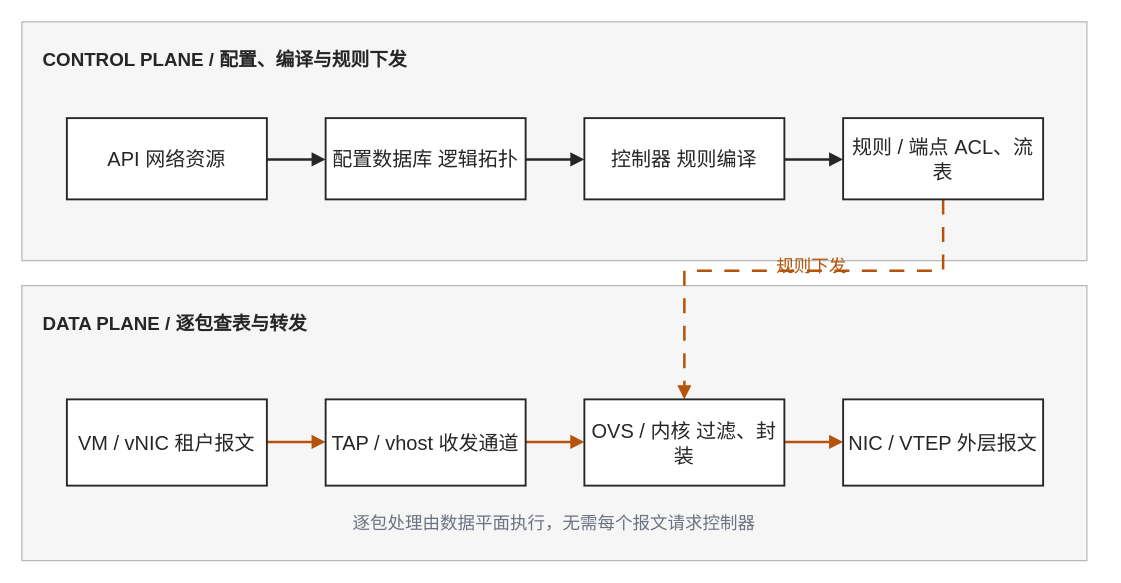
This is diagrams/control-data-plane.drawio from cafebeef1/cafebeef1.github.io, a draw.io file, before an edit. Source tidied: cells renumbered, new cells numbered last; positions are measured from the earlier drawing's top-left corner, leaving out a move shared by most shapes. Both pictures are drawn from the tidied source at 125%, with x=0, y=0 at pixel (21, 21).
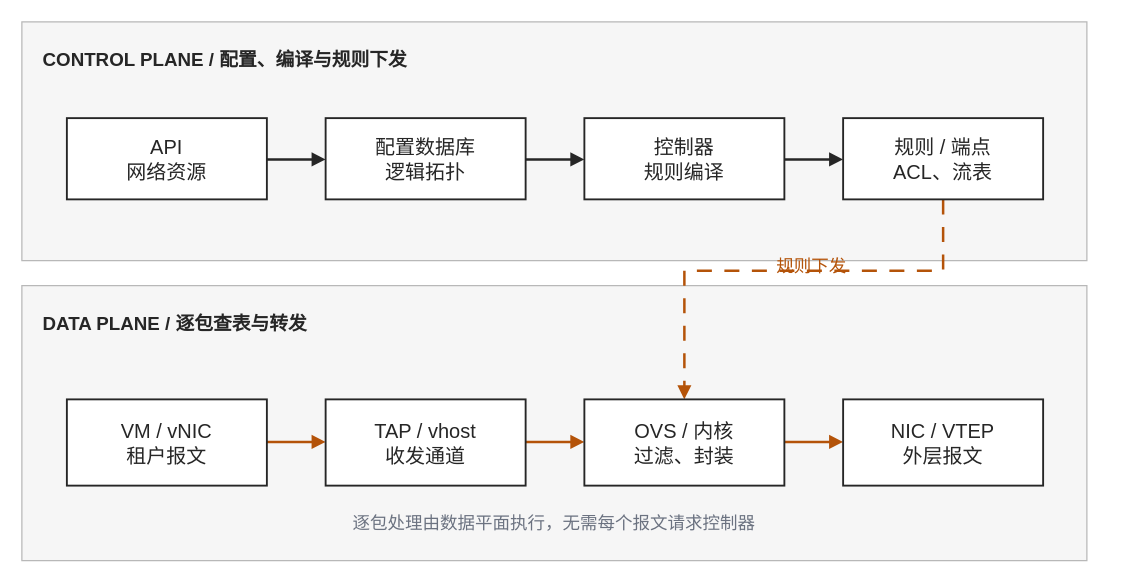
After the change.

Change to the diagram source:
```diff
@@
-    <mxCell id="11" value="API 网络资源" style="rounded=0;whiteSpace=wrap;html=0;fillColor=#fff;strokeColor=#262626;strokeWidth=1.5;fontSize=16;fontColor=#262626;align=center;verticalAlign=middle;spacing=5;" parent="1" vertex="1">
+    <mxCell id="11" value="API&#10;网络资源" style="rounded=0;whiteSpace=wrap;html=0;fillColor=#fff;strokeColor=#262626;strokeWidth=1.5;fontSize=16;fontColor=#262626;align=center;verticalAlign=middle;spacing=5;" parent="1" vertex="1">
       <mxGeometry x="36" y="77" width="160" height="65" as="geometry" />
     </mxCell>
-    <mxCell id="12" value="配置数据库 逻辑拓扑" style="rounded=0;whiteSpace=wrap;html=0;fillColor=#fff;strokeColor=#262626;strokeWidth=1.5;fontSize=16;fontColor=#262626;align=center;verticalAlign=middle;spacing=5;" parent="1" vertex="1">
+    <mxCell id="12" value="配置数据库&#10;逻辑拓扑" style="rounded=0;whiteSpace=wrap;html=0;fillColor=#fff;strokeColor=#262626;strokeWidth=1.5;fontSize=16;fontColor=#262626;align=center;verticalAlign=middle;spacing=5;" parent="1" vertex="1">
       <mxGeometry x="243" y="77" width="160" height="65" as="geometry" />
     </mxCell>
-    <mxCell id="13" value="控制器 规则编译" style="rounded=0;whiteSpace=wrap;html=0;fillColor=#fff;strokeColor=#262626;strokeWidth=1.5;fontSize=16;fontColor=#262626;align=center;verticalAlign=middle;spacing=5;" parent="1" vertex="1">
+    <mxCell id="13" value="控制器&#10;规则编译" style="rounded=0;whiteSpace=wrap;html=0;fillColor=#fff;strokeColor=#262626;strokeWidth=1.5;fontSize=16;fontColor=#262626;align=center;verticalAlign=middle;spacing=5;" parent="1" vertex="1">
       <mxGeometry x="450" y="77" width="160" height="65" as="geometry" />
     </mxCell>
-    <mxCell id="14" value="规则 / 端点 ACL、流表" style="rounded=0;whiteSpace=wrap;html=0;fillColor=#fff;strokeColor=#262626;strokeWidth=1.5;fontSize=16;fontColor=#262626;align=center;verticalAlign=middle;spacing=5;" parent="1" vertex="1">
+    <mxCell id="14" value="规则 / 端点&#10;ACL、流表" style="rounded=0;whiteSpace=wrap;html=0;fillColor=#fff;strokeColor=#262626;strokeWidth=1.5;fontSize=16;fontColor=#262626;align=center;verticalAlign=middle;spacing=5;" parent="1" vertex="1">
       <mxGeometry x="657" y="77" width="160" height="65" as="geometry" />
     </mxCell>
-    <mxCell id="15" value="VM / vNIC 租户报文" style="rounded=0;whiteSpace=wrap;html=0;fillColor=#fff;strokeColor=#262626;strokeWidth=1.5;fontSize=16;fontColor=#262626;align=center;verticalAlign=middle;spacing=5;" parent="1" vertex="1">
+    <mxCell id="15" value="VM / vNIC&#10;租户报文" style="rounded=0;whiteSpace=wrap;html=0;fillColor=#fff;strokeColor=#262626;strokeWidth=1.5;fontSize=16;fontColor=#262626;align=center;verticalAlign=middle;spacing=5;" parent="1" vertex="1">
       <mxGeometry x="36" y="302" width="160" height="69" as="geometry" />
     </mxCell>
-    <mxCell id="16" value="TAP / vhost 收发通道" style="rounded=0;whiteSpace=wrap;html=0;fillColor=#fff;strokeColor=#262626;strokeWidth=1.5;fontSize=16;fontColor=#262626;align=center;verticalAlign=middle;spacing=5;" parent="1" vertex="1">
+    <mxCell id="16" value="TAP / vhost&#10;收发通道" style="rounded=0;whiteSpace=wrap;html=0;fillColor=#fff;strokeColor=#262626;strokeWidth=1.5;fontSize=16;fontColor=#262626;align=center;verticalAlign=middle;spacing=5;" parent="1" vertex="1">
       <mxGeometry x="243" y="302" width="160" height="69" as="geometry" />
     </mxCell>
-    <mxCell id="17" value="OVS / 内核 过滤、封装" style="rounded=0;whiteSpace=wrap;html=0;fillColor=#fff;strokeColor=#262626;strokeWidth=1.5;fontSize=16;fontColor=#262626;align=center;verticalAlign=middle;spacing=5;" parent="1" vertex="1">
+    <mxCell id="17" value="OVS / 内核&#10;过滤、封装" style="rounded=0;whiteSpace=wrap;html=0;fillColor=#fff;strokeColor=#262626;strokeWidth=1.5;fontSize=16;fontColor=#262626;align=center;verticalAlign=middle;spacing=5;" parent="1" vertex="1">
       <mxGeometry x="450" y="302" width="160" height="69" as="geometry" />
     </mxCell>
-    <mxCell id="18" value="NIC / VTEP 外层报文" style="rounded=0;whiteSpace=wrap;html=0;fillColor=#fff;strokeColor=#262626;strokeWidth=1.5;fontSize=16;fontColor=#262626;align=center;verticalAlign=middle;spacing=5;" parent="1" vertex="1">
+    <mxCell id="18" value="NIC / VTEP&#10;外层报文" style="rounded=0;whiteSpace=wrap;html=0;fillColor=#fff;strokeColor=#262626;strokeWidth=1.5;fontSize=16;fontColor=#262626;align=center;verticalAlign=middle;spacing=5;" parent="1" vertex="1">
       <mxGeometry x="657" y="302" width="160" height="69" as="geometry" />
     </mxCell>
```
